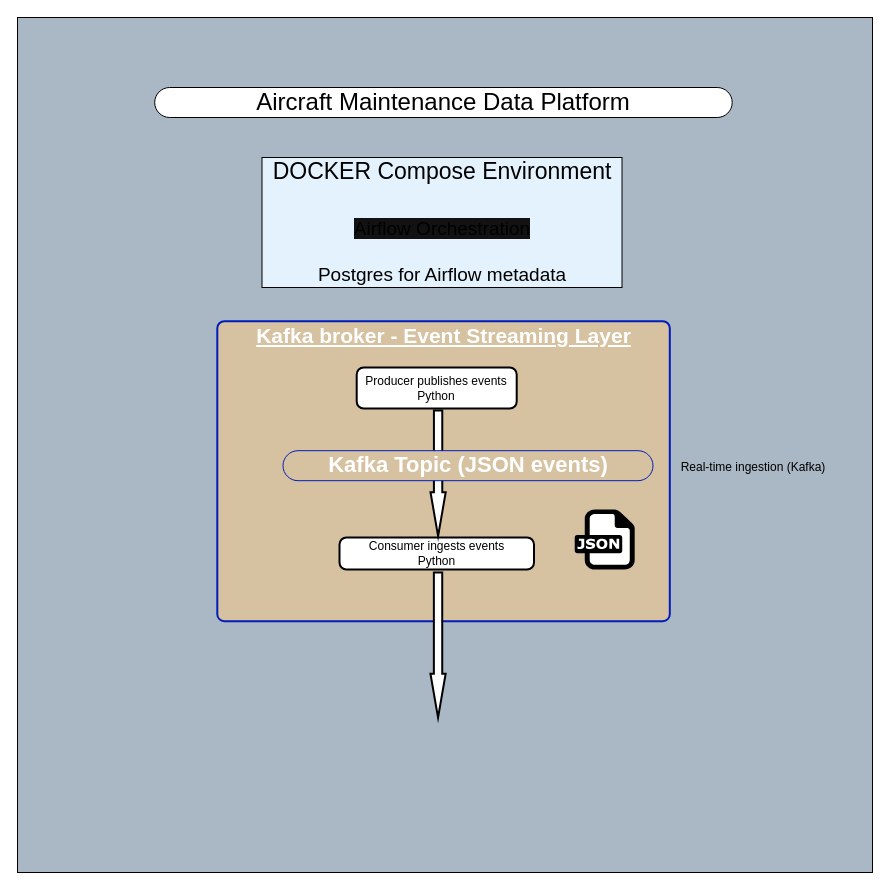
Above: page "Page 1 — Ingestion and Orchestration" (1 of 3) of docs/architecture/Airflow-Kafka-Architecture.drawio in sinclair00/airflow-kafka-aircraft-pipeline (draw.io), before the change. Source tidied: cells renumbered, new cells numbered last; positions are measured from the earlier drawing's top-left corner, leaving out a move shared by most shapes. Both pictures are drawn from the tidied source at 100%, with x=0, y=0 at pixel (17, 17).
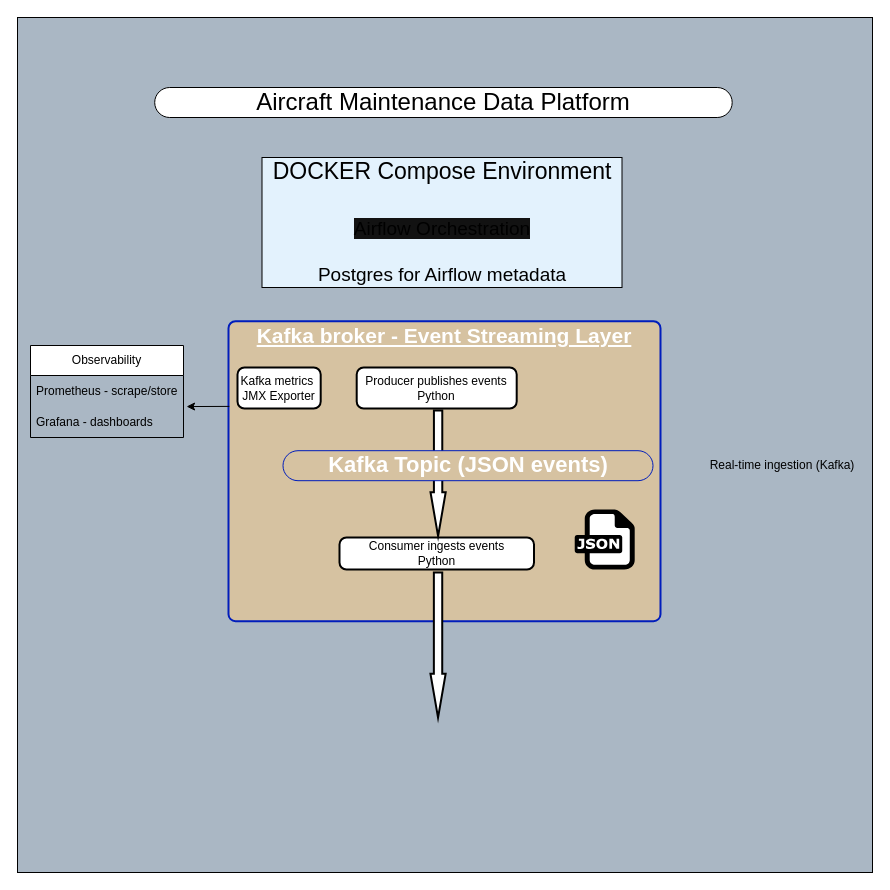
The same page after the edit.

Commit message (it also covers changes not shown here):
update architecture for observability

Change to the diagram source:
```diff
@@
 <mxGraphModel>
   <root>
     <mxCell id="0" />
     <mxCell id="1" parent="0" />
     <mxCell id="2" style="whiteSpace=wrap;html=1;fillStyle=solid;fillColor=#AAB7C4;" parent="1" vertex="1">
       <mxGeometry width="855" height="855" as="geometry" />
     </mxCell>
     <mxCell id="3" value="&lt;div style=&quot;line-height: 130%;&quot;&gt;&lt;font style=&quot;font-size: 21px;&quot;&gt;&lt;b style=&quot;&quot;&gt;&lt;u style=&quot;&quot;&gt;Kafka broker - Event Streaming Layer&lt;/u&gt;&lt;/b&gt;&lt;/font&gt;&lt;/div&gt;" style="rounded=1;whiteSpace=wrap;html=1;absoluteArcSize=1;arcSize=14;strokeWidth=2;align=center;fillColor=light-dark(#D6C2A1,#D6C2A1);fontColor=#ffffff;strokeColor=light-dark(#001DBC,#B0BEC5);verticalAlign=top;" parent="1" vertex="1">
-      <mxGeometry x="199.8" y="303.7" width="452.5" height="300" as="geometry" />
+      <mxGeometry x="211" y="303.7" width="432" height="300" as="geometry" />
     </mxCell>
     <mxCell id="4" style="dashed=0;html=1;align=center;labelPosition=center;verticalLabelPosition=bottom;verticalAlign=top;shape=mxgraph.weblogos.json;" parent="1" vertex="1">
       <mxGeometry x="557.2" y="492" width="60" height="60" as="geometry" />
     </mxCell>
     <mxCell id="5" value="Producer publishes events&lt;div&gt;Python&lt;/div&gt;" style="rounded=1;whiteSpace=wrap;html=1;absoluteArcSize=1;arcSize=14;strokeWidth=2;" parent="1" vertex="1">
       <mxGeometry x="339.2" y="350" width="160" height="41" as="geometry" />
     </mxCell>
     <mxCell id="6" value="Consumer ingests events&lt;div&gt;Python&lt;/div&gt;" style="rounded=1;whiteSpace=wrap;html=1;absoluteArcSize=1;arcSize=14;strokeWidth=2;" parent="1" vertex="1">
       <mxGeometry x="322" y="520" width="194.5" height="32" as="geometry" />
     </mxCell>
     <mxCell id="7" style="verticalLabelPosition=bottom;verticalAlign=top;html=1;strokeWidth=2;shape=mxgraph.arrows2.arrow;dy=0.45;dx=44.01;notch=0;rotation=90;labelBackgroundColor=light-dark(#FFFFFF,#D5E8D4);fontSize=21;fillColor=light-dark(#FFFFFF,#A0AEC0);" parent="1" vertex="1">
       <mxGeometry x="348" y="620" width="145.1" height="15.2" as="geometry" />
     </mxCell>
     <mxCell id="8" value="&lt;font style=&quot;color: light-dark(rgb(0, 0, 0), rgb(0, 0, 0));&quot;&gt;DOCKER Compose Environment&lt;/font&gt;&lt;div&gt;&lt;font style=&quot;color: light-dark(rgb(0, 0, 0), rgb(0, 0, 0));&quot;&gt;&lt;br&gt;&lt;/font&gt;&lt;/div&gt;&lt;div&gt;&lt;span style=&quot;font-size: 19px; background-color: rgb(18, 18, 18);&quot;&gt;&lt;font style=&quot;color: light-dark(rgb(0, 0, 0), rgb(0, 0, 0));&quot;&gt;Airflow Orchestration&lt;/font&gt;&lt;/span&gt;&lt;div style=&quot;font-size: 19px;&quot;&gt;&lt;font style=&quot;color: light-dark(rgb(0, 0, 0), rgb(0, 0, 0));&quot;&gt;&lt;br&gt;&lt;/font&gt;&lt;/div&gt;&lt;div style=&quot;font-size: 19px;&quot;&gt;&lt;font style=&quot;color: light-dark(rgb(0, 0, 0), rgb(0, 0, 0));&quot;&gt;Postgres for Airflow metadata&lt;/font&gt;&lt;/div&gt;&lt;/div&gt;" style="html=1;dashed=0;whiteSpace=wrap;fontSize=23;fillColor=light-dark(#E3F2FD,#E3F2FD);strokeColor=light-dark(#000000,#000000);fillStyle=solid;fontColor=light-dark(#000000,#000000);" parent="1" vertex="1">
       <mxGeometry x="244.5" y="140" width="360" height="130" as="geometry" />
     </mxCell>
     <mxCell id="9" value="Aircraft Maintenance Data Platform" style="html=1;dashed=0;whiteSpace=wrap;shape=mxgraph.dfd.start;fontSize=24;strokeColor=light-dark(#000000,#000000);" parent="1" vertex="1">
       <mxGeometry x="137.2" y="70" width="577.5" height="30" as="geometry" />
     </mxCell>
     <mxCell id="10" value="Real-time ingestion (Kafka)" style="text;html=1;whiteSpace=wrap;strokeColor=none;fillColor=none;align=center;verticalAlign=middle;rounded=0;" parent="1" vertex="1">
-      <mxGeometry x="651" y="435" width="170" height="30" as="geometry" />
+      <mxGeometry x="680" y="433.2" width="170" height="30" as="geometry" />
     </mxCell>
     <mxCell id="11" style="verticalLabelPosition=bottom;verticalAlign=top;html=1;strokeWidth=2;shape=mxgraph.arrows2.arrow;dy=0.45;dx=44.01;notch=0;rotation=90;labelBackgroundColor=light-dark(#FFFFFF,#D5E8D4);fontSize=21;fillColor=light-dark(#FFFFFF,#A0AEC0);" parent="1" vertex="1">
       <mxGeometry x="357.7" y="448.2" width="125.8" height="15.2" as="geometry" />
     </mxCell>
     <mxCell id="12" value="Kafka Topic (JSON events)" style="html=1;dashed=0;whiteSpace=wrap;shape=mxgraph.dfd.start;fillColor=light-dark(#D6C2A1,#D6C2A1);fontColor=#ffffff;strokeColor=#001DBC;fontStyle=1;fontSize=22;" parent="1" vertex="1">
       <mxGeometry x="265.5" y="433.2" width="370" height="30" as="geometry" />
     </mxCell>
+    <mxCell id="13" value="Kafka metrics&amp;nbsp; JMX Exporter" style="rounded=1;whiteSpace=wrap;html=1;absoluteArcSize=1;arcSize=14;strokeWidth=2;" parent="1" vertex="1">
+      <mxGeometry x="220" y="350" width="83.2" height="41" as="geometry" />
+    </mxCell>
+    <mxCell id="14" value="Observability" style="swimlane;fontStyle=0;horizontal=1;startSize=30;whiteSpace=wrap;html=1;" parent="1" vertex="1">
+      <mxGeometry x="13" y="328" width="153" height="92" as="geometry" />
+    </mxCell>
+    <mxCell id="15" value="Prometheus - scrape/store" style="text;strokeColor=none;fillColor=none;align=left;verticalAlign=middle;spacingLeft=4;spacingRight=4;overflow=hidden;whiteSpace=wrap;html=1;" parent="14" vertex="1">
+      <mxGeometry y="30" width="153" height="32" as="geometry" />
+    </mxCell>
+    <mxCell id="16" value="Grafana - dashboards" style="text;strokeColor=none;fillColor=none;align=left;verticalAlign=middle;spacingLeft=4;spacingRight=4;overflow=hidden;points=[[0,0.5],[1,0.5]];portConstraint=eastwest;whiteSpace=wrap;html=1;" parent="14" vertex="1">
+      <mxGeometry y="62" width="153" height="30" as="geometry" />
+    </mxCell>
+    <mxCell id="17" style="endArrow=classic;html=1;rounded=0;entryX=1.02;entryY=-0.031;entryDx=0;entryDy=0;entryPerimeter=0;exitX=0.002;exitY=0.284;exitDx=0;exitDy=0;exitPerimeter=0;" parent="1" edge="1" source="3" target="16">
+      <mxGeometry relative="1" as="geometry" />
+    </mxCell>
   </root>
 </mxGraphModel>
```
